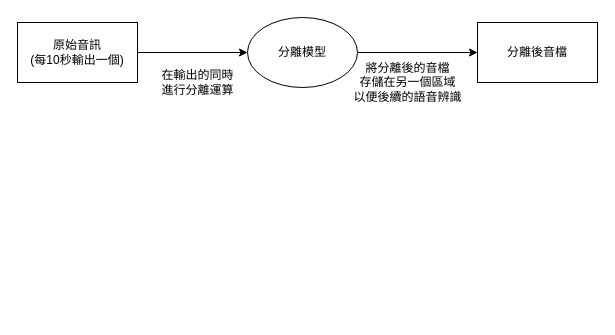
Above: record.drawio in MISCapstoneProject/Speaker-Separation (draw.io), before the change. Source tidied: cells renumbered, new cells numbered last; positions are measured from the earlier drawing's top-left corner, leaving out a move shared by most shapes. Both pictures are drawn from the tidied source at 100%, with x=0, y=0 at pixel (17, 17).
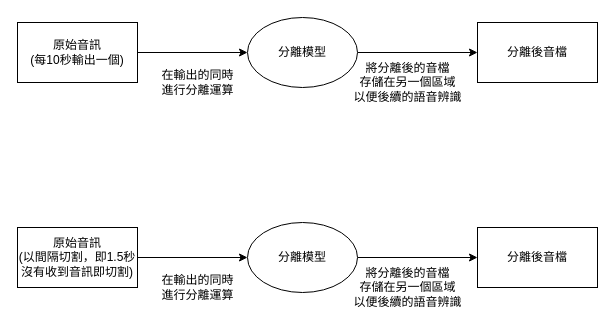
Above is the later version.

Diff of the diagram source:
```diff
@@
 <mxGraphModel>
   <root>
     <mxCell id="0" />
     <mxCell id="1" parent="0" />
     <mxCell id="2" style="edgeStyle=orthogonalEdgeStyle;rounded=0;jettySize=auto;html=1;" parent="1" edge="1" source="3" target="5">
       <mxGeometry relative="1" as="geometry" />
     </mxCell>
     <mxCell id="3" value="原始音訊&lt;div&gt;(每10秒輸出一個)&lt;/div&gt;" style="rounded=0;whiteSpace=wrap;html=1;" parent="1" vertex="1">
       <mxGeometry y="5" width="120" height="60" as="geometry" />
     </mxCell>
     <mxCell id="4" style="edgeStyle=orthogonalEdgeStyle;rounded=0;jettySize=auto;html=1;" parent="1" edge="1" source="5" target="6">
       <mxGeometry relative="1" as="geometry" />
     </mxCell>
     <mxCell id="5" value="分離模型" style="ellipse;whiteSpace=wrap;html=1;" parent="1" vertex="1">
       <mxGeometry x="230" width="110" height="70" as="geometry" />
     </mxCell>
     <mxCell id="6" value="分離後音檔" style="rounded=0;whiteSpace=wrap;html=1;" parent="1" vertex="1">
       <mxGeometry x="460" y="5" width="120" height="60" as="geometry" />
     </mxCell>
     <mxCell id="7" value="在輸出的同時&lt;div&gt;進行分離運算&lt;/div&gt;" style="text;html=1;align=center;verticalAlign=middle;strokeColor=none;fillColor=none;" parent="1" vertex="1">
       <mxGeometry x="130" y="45" width="100" height="40" as="geometry" />
     </mxCell>
     <mxCell id="8" value="將分離後的音檔&lt;div&gt;存儲在另一個區域&lt;/div&gt;&lt;div&gt;以便後續的語音辨識&lt;/div&gt;" style="text;html=1;align=center;verticalAlign=middle;strokeColor=none;fillColor=none;" parent="1" vertex="1">
       <mxGeometry x="325" y="35" width="130" height="60" as="geometry" />
     </mxCell>
+    <mxCell id="9" style="edgeStyle=orthogonalEdgeStyle;rounded=0;jettySize=auto;html=1;" parent="1" edge="1" source="10" target="12">
+      <mxGeometry relative="1" as="geometry" />
+    </mxCell>
+    <mxCell id="10" value="原始音訊&lt;div&gt;(以間隔切割，即1.5秒沒有收到音訊即切割)&lt;/div&gt;" style="rounded=0;whiteSpace=wrap;html=1;" parent="1" vertex="1">
+      <mxGeometry y="210" width="120" height="60" as="geometry" />
+    </mxCell>
+    <mxCell id="11" style="edgeStyle=orthogonalEdgeStyle;rounded=0;jettySize=auto;html=1;" parent="1" edge="1" source="12" target="13">
+      <mxGeometry relative="1" as="geometry" />
+    </mxCell>
+    <mxCell id="12" value="分離模型" style="ellipse;whiteSpace=wrap;html=1;" parent="1" vertex="1">
+      <mxGeometry x="230" y="205" width="110" height="70" as="geometry" />
+    </mxCell>
+    <mxCell id="13" value="分離後音檔" style="rounded=0;whiteSpace=wrap;html=1;" parent="1" vertex="1">
+      <mxGeometry x="460" y="210" width="120" height="60" as="geometry" />
+    </mxCell>
+    <mxCell id="14" value="在輸出的同時&lt;div&gt;進行分離運算&lt;/div&gt;" style="text;html=1;align=center;verticalAlign=middle;strokeColor=none;fillColor=none;" parent="1" vertex="1">
+      <mxGeometry x="130" y="250" width="100" height="40" as="geometry" />
+    </mxCell>
+    <mxCell id="15" value="將分離後的音檔&lt;div&gt;存儲在另一個區域&lt;/div&gt;&lt;div&gt;以便後續的語音辨識&lt;/div&gt;" style="text;html=1;align=center;verticalAlign=middle;strokeColor=none;fillColor=none;" parent="1" vertex="1">
+      <mxGeometry x="325" y="240" width="130" height="60" as="geometry" />
+    </mxCell>
   </root>
 </mxGraphModel>
```
